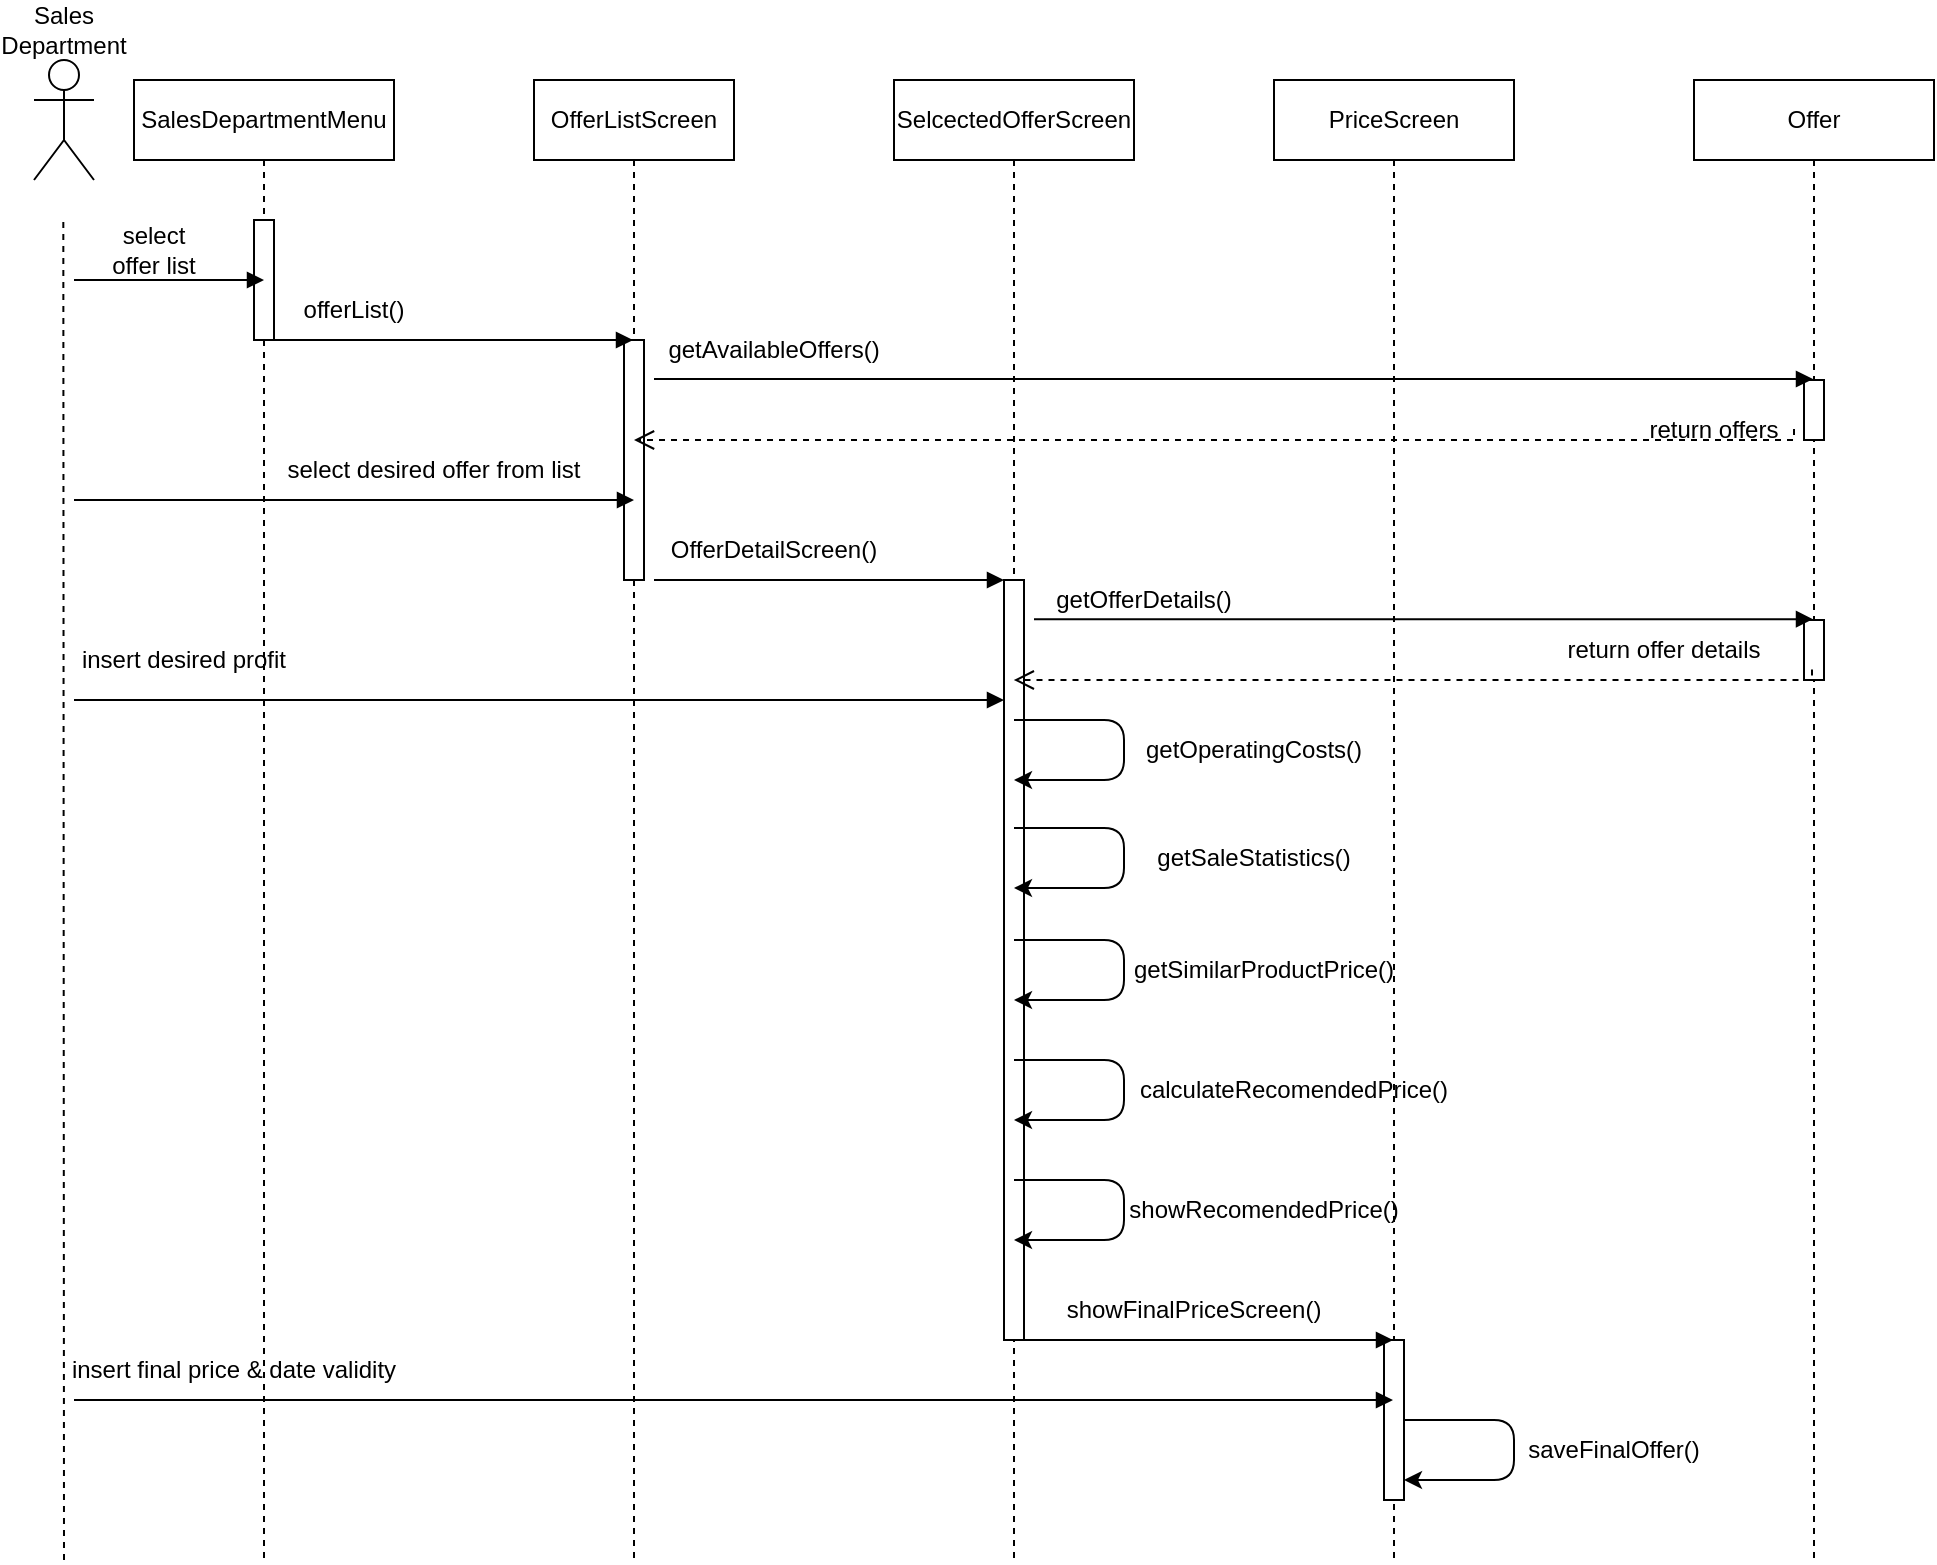
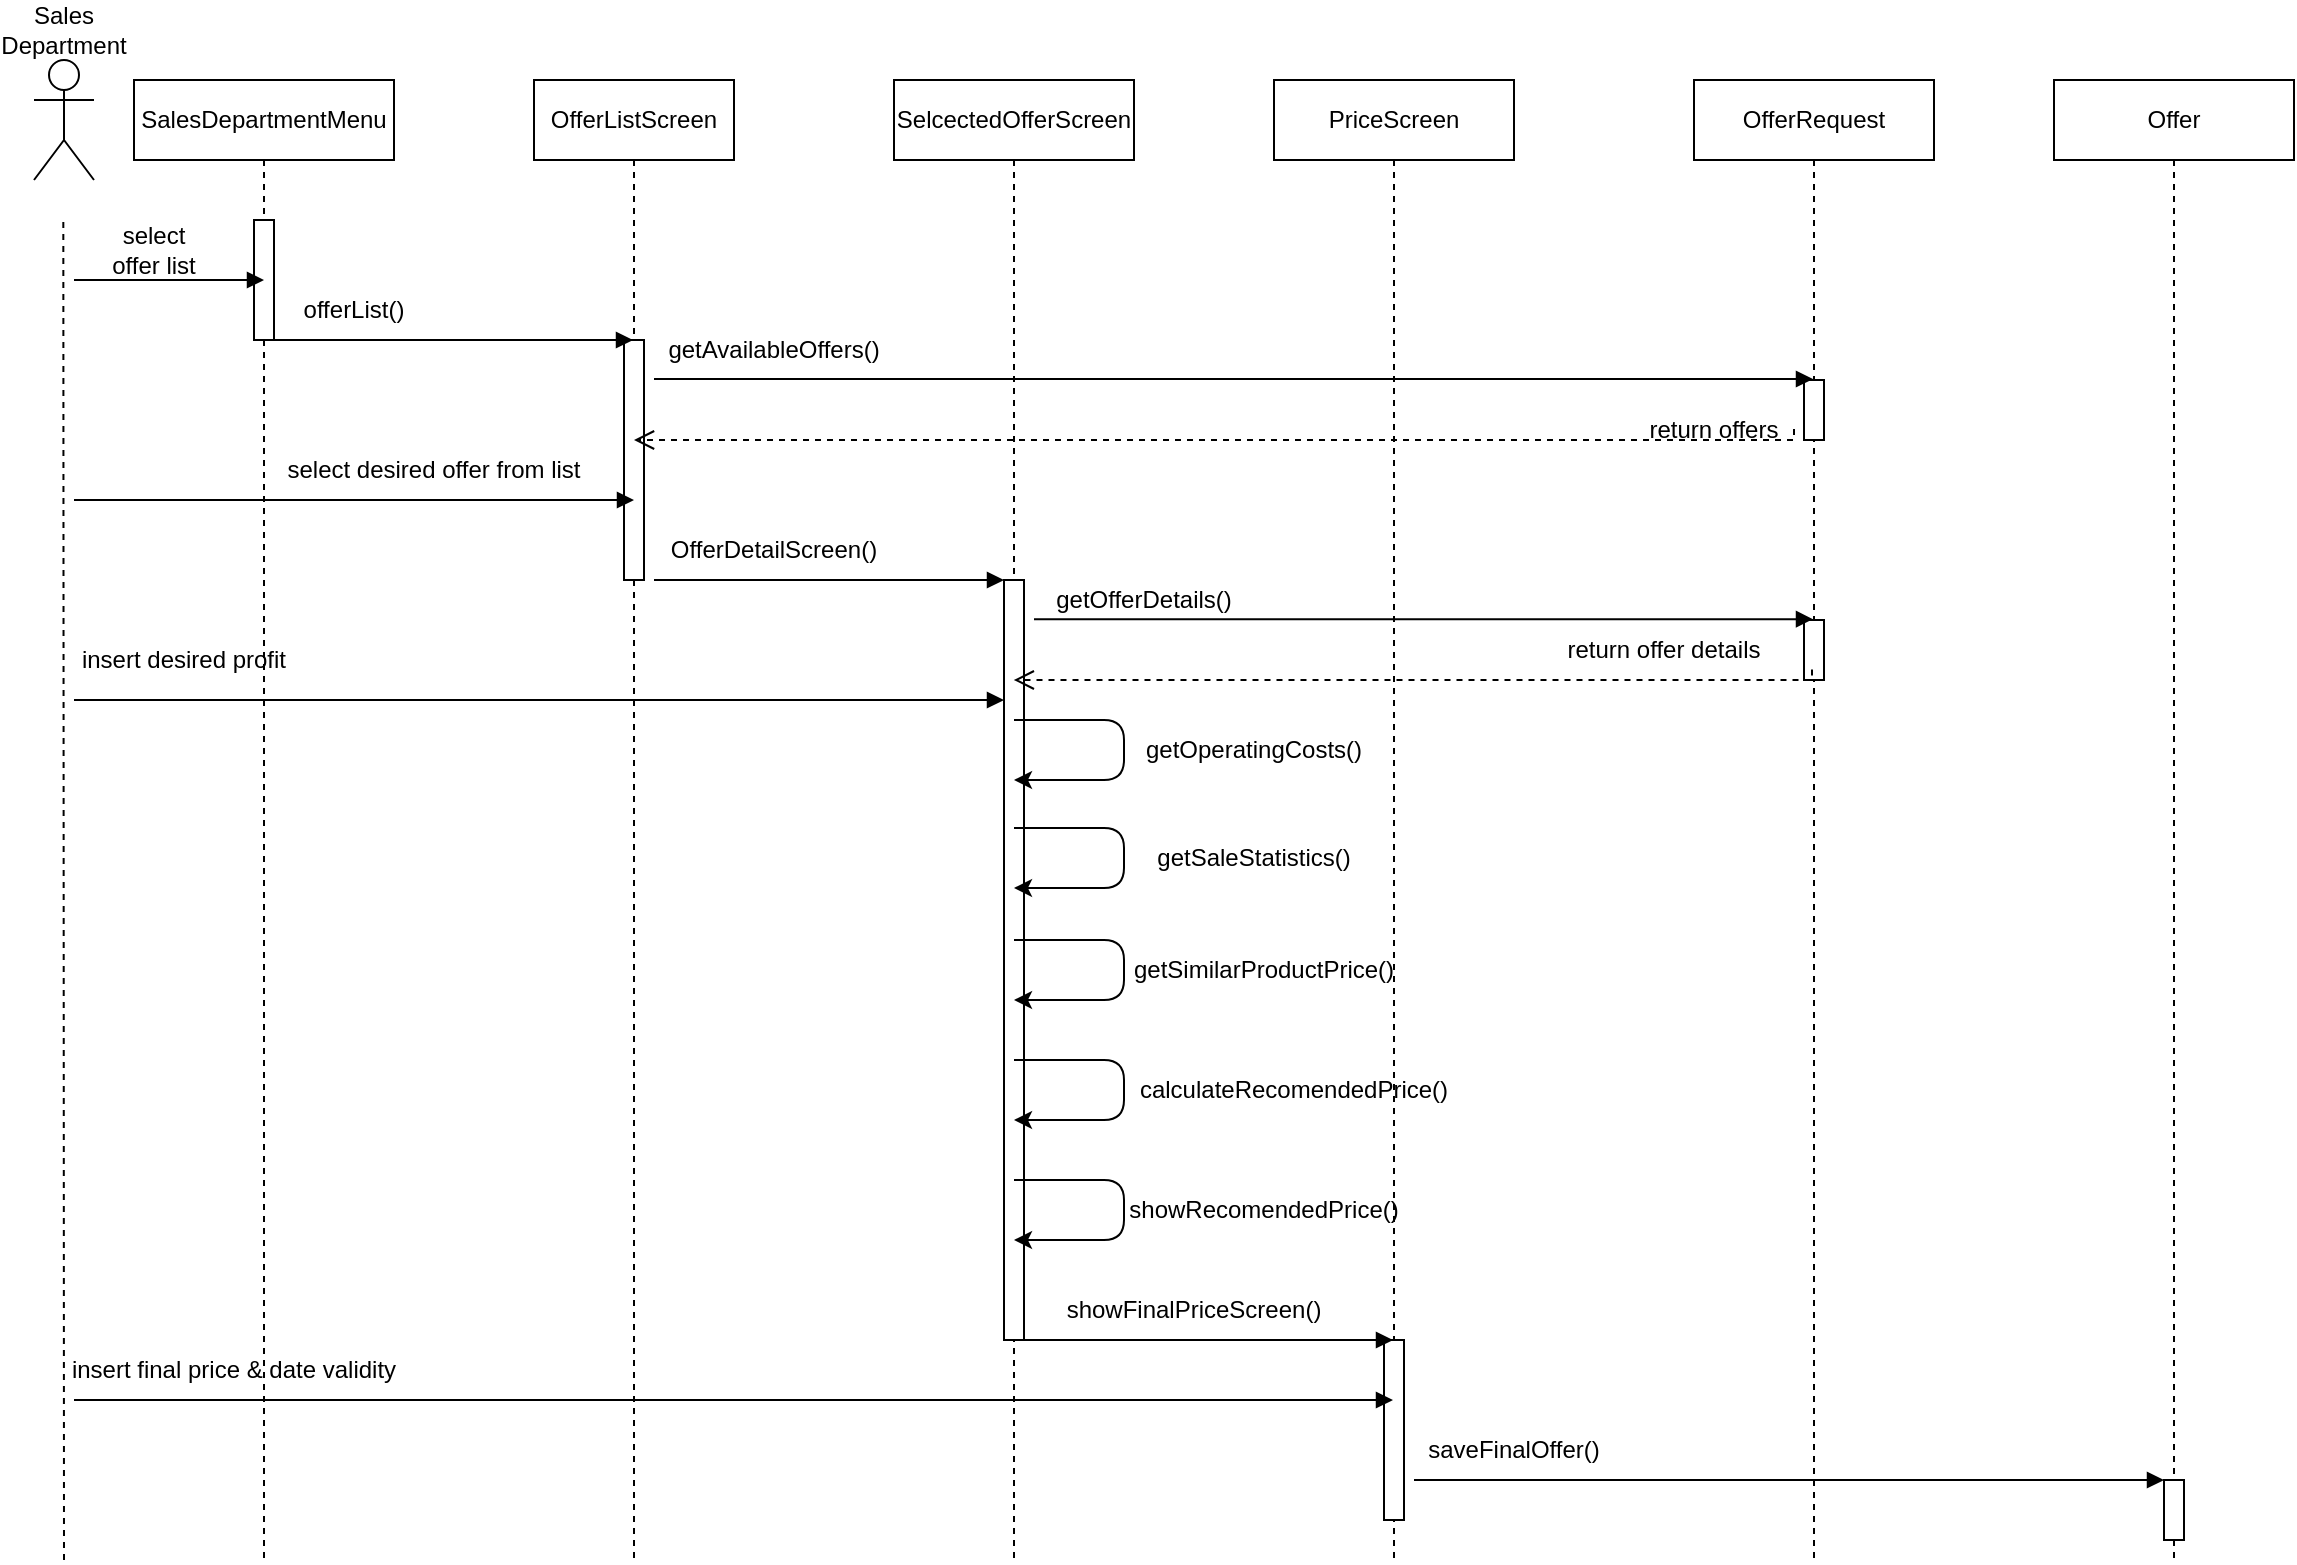
<mxfile host="Electron" agent="5.0 (Macintosh; Intel Mac OS X 10_15_7) AppleWebKit/537.36 (KHTML, like Gecko) Chrome/109.0.0.0 Safari/537.36">
  <diagram name="Page-1" id="2YBvvXClWsGukQMizWep">
    <mxGraphModel dx="1414" dy="883" grid="1" gridSize="10" guides="1" tooltips="1" connect="1" arrows="1" fold="1" page="1" pageScale="1" pageWidth="1169" pageHeight="827" math="0" shadow="0">
      <root>
        <mxCell id="0" />
        <mxCell id="1" parent="0" />
        <mxCell id="aM9ryv3xv72pqoxQDRHE-1" parent="1" style="shape=umlLifeline;perimeter=lifelinePerimeter;whiteSpace=wrap;html=1;container=0;dropTarget=0;collapsible=0;recursiveResize=0;outlineConnect=0;portConstraint=eastwest;newEdgeStyle={&quot;edgeStyle&quot;:&quot;elbowEdgeStyle&quot;,&quot;elbow&quot;:&quot;vertical&quot;,&quot;curved&quot;:0,&quot;rounded&quot;:0};" value="SalesDepartmentMenu" vertex="1">
          <mxGeometry height="740" width="130" x="80" y="40" as="geometry" />
        </mxCell>
        <mxCell id="aM9ryv3xv72pqoxQDRHE-2" parent="aM9ryv3xv72pqoxQDRHE-1" style="html=1;points=[];perimeter=orthogonalPerimeter;outlineConnect=0;targetShapes=umlLifeline;portConstraint=eastwest;newEdgeStyle={&quot;edgeStyle&quot;:&quot;elbowEdgeStyle&quot;,&quot;elbow&quot;:&quot;vertical&quot;,&quot;curved&quot;:0,&quot;rounded&quot;:0};" value="" vertex="1">
          <mxGeometry height="60" width="10" x="60" y="70" as="geometry" />
        </mxCell>
        <mxCell id="aM9ryv3xv72pqoxQDRHE-5" parent="1" style="shape=umlLifeline;perimeter=lifelinePerimeter;whiteSpace=wrap;html=1;container=0;dropTarget=0;collapsible=0;recursiveResize=0;outlineConnect=0;portConstraint=eastwest;newEdgeStyle={&quot;edgeStyle&quot;:&quot;elbowEdgeStyle&quot;,&quot;elbow&quot;:&quot;vertical&quot;,&quot;curved&quot;:0,&quot;rounded&quot;:0};" value="OfferListScreen" vertex="1">
          <mxGeometry height="740" width="100" x="280" y="40" as="geometry" />
        </mxCell>
        <mxCell id="aM9ryv3xv72pqoxQDRHE-6" parent="aM9ryv3xv72pqoxQDRHE-5" style="html=1;points=[];perimeter=orthogonalPerimeter;outlineConnect=0;targetShapes=umlLifeline;portConstraint=eastwest;newEdgeStyle={&quot;edgeStyle&quot;:&quot;elbowEdgeStyle&quot;,&quot;elbow&quot;:&quot;vertical&quot;,&quot;curved&quot;:0,&quot;rounded&quot;:0};" value="" vertex="1">
          <mxGeometry height="120" width="10" x="45" y="130" as="geometry" />
        </mxCell>
        <mxCell id="aM9ryv3xv72pqoxQDRHE-8" edge="1" parent="1" style="html=1;verticalAlign=bottom;endArrow=open;dashed=1;endSize=8;edgeStyle=elbowEdgeStyle;elbow=vertical;curved=0;rounded=0;" target="aM9ryv3xv72pqoxQDRHE-5" value="">
          <mxGeometry relative="1" as="geometry">
            <Array as="points">
              <mxPoint x="780" y="220" />
              <mxPoint x="1110" y="214.5" />
            </Array>
            <mxPoint x="910" y="214.49999999999977" as="sourcePoint" />
            <mxPoint x="740" y="214.49999999999977" as="targetPoint" />
          </mxGeometry>
        </mxCell>
        <mxCell id="XQ9o8wrTZQphETnOL21r-1" parent="1" style="shape=umlActor;verticalLabelPosition=bottom;verticalAlign=top;html=1;outlineConnect=0;" value="" vertex="1">
          <mxGeometry height="60" width="30" x="30" y="30" as="geometry" />
        </mxCell>
        <mxCell id="XQ9o8wrTZQphETnOL21r-6" parent="1" style="text;html=1;whiteSpace=wrap;strokeColor=none;fillColor=none;align=center;verticalAlign=middle;rounded=0;" value="Sales Department" vertex="1">
          <mxGeometry height="30" width="60" x="15" as="geometry" />
        </mxCell>
        <mxCell id="XQ9o8wrTZQphETnOL21r-8" edge="1" parent="1" style="endArrow=none;dashed=1;html=1;rounded=0;" value="">
          <mxGeometry height="50" relative="1" width="50" as="geometry">
            <mxPoint x="45" y="780" as="sourcePoint" />
            <mxPoint x="44.65999999999999" y="110" as="targetPoint" />
          </mxGeometry>
        </mxCell>
        <mxCell id="XQ9o8wrTZQphETnOL21r-12" parent="1" style="shape=umlLifeline;perimeter=lifelinePerimeter;whiteSpace=wrap;html=1;container=0;dropTarget=0;collapsible=0;recursiveResize=0;outlineConnect=0;portConstraint=eastwest;newEdgeStyle={&quot;edgeStyle&quot;:&quot;elbowEdgeStyle&quot;,&quot;elbow&quot;:&quot;vertical&quot;,&quot;curved&quot;:0,&quot;rounded&quot;:0};" value="SelcectedOfferScreen" vertex="1">
          <mxGeometry height="740" width="120" x="460" y="40" as="geometry" />
        </mxCell>
        <mxCell id="XQ9o8wrTZQphETnOL21r-13" parent="XQ9o8wrTZQphETnOL21r-12" style="html=1;points=[];perimeter=orthogonalPerimeter;outlineConnect=0;targetShapes=umlLifeline;portConstraint=eastwest;newEdgeStyle={&quot;edgeStyle&quot;:&quot;elbowEdgeStyle&quot;,&quot;elbow&quot;:&quot;vertical&quot;,&quot;curved&quot;:0,&quot;rounded&quot;:0};" value="" vertex="1">
          <mxGeometry height="380" width="10" x="55" y="250" as="geometry" />
        </mxCell>
        <mxCell id="XQ9o8wrTZQphETnOL21r-14" parent="1" style="shape=umlLifeline;perimeter=lifelinePerimeter;whiteSpace=wrap;html=1;container=0;dropTarget=0;collapsible=0;recursiveResize=0;outlineConnect=0;portConstraint=eastwest;newEdgeStyle={&quot;edgeStyle&quot;:&quot;elbowEdgeStyle&quot;,&quot;elbow&quot;:&quot;vertical&quot;,&quot;curved&quot;:0,&quot;rounded&quot;:0};" value="PriceScreen" vertex="1">
          <mxGeometry height="740" width="120" x="650" y="40" as="geometry" />
        </mxCell>
        <mxCell id="XQ9o8wrTZQphETnOL21r-15" parent="XQ9o8wrTZQphETnOL21r-14" style="html=1;points=[];perimeter=orthogonalPerimeter;outlineConnect=0;targetShapes=umlLifeline;portConstraint=eastwest;newEdgeStyle={&quot;edgeStyle&quot;:&quot;elbowEdgeStyle&quot;,&quot;elbow&quot;:&quot;vertical&quot;,&quot;curved&quot;:0,&quot;rounded&quot;:0};" value="" vertex="1">
-           <mxGeometry height="80" width="10" x="55" y="630" as="geometry" />
-         </mxCell>
-         <mxCell id="XQ9o8wrTZQphETnOL21r-16" parent="1" style="shape=umlLifeline;perimeter=lifelinePerimeter;whiteSpace=wrap;html=1;container=0;dropTarget=0;collapsible=0;recursiveResize=0;outlineConnect=0;portConstraint=eastwest;newEdgeStyle={&quot;edgeStyle&quot;:&quot;elbowEdgeStyle&quot;,&quot;elbow&quot;:&quot;vertical&quot;,&quot;curved&quot;:0,&quot;rounded&quot;:0};" value="Offer" vertex="1">
+           <mxGeometry height="90" width="10" x="55" y="630" as="geometry" />
+         </mxCell>
+         <mxCell id="XQ9o8wrTZQphETnOL21r-16" parent="1" style="shape=umlLifeline;perimeter=lifelinePerimeter;whiteSpace=wrap;html=1;container=0;dropTarget=0;collapsible=0;recursiveResize=0;outlineConnect=0;portConstraint=eastwest;newEdgeStyle={&quot;edgeStyle&quot;:&quot;elbowEdgeStyle&quot;,&quot;elbow&quot;:&quot;vertical&quot;,&quot;curved&quot;:0,&quot;rounded&quot;:0};" value="OfferRequest" vertex="1">
          <mxGeometry height="740" width="120" x="860" y="40" as="geometry" />
        </mxCell>
        <mxCell id="XQ9o8wrTZQphETnOL21r-17" parent="XQ9o8wrTZQphETnOL21r-16" style="html=1;points=[];perimeter=orthogonalPerimeter;outlineConnect=0;targetShapes=umlLifeline;portConstraint=eastwest;newEdgeStyle={&quot;edgeStyle&quot;:&quot;elbowEdgeStyle&quot;,&quot;elbow&quot;:&quot;vertical&quot;,&quot;curved&quot;:0,&quot;rounded&quot;:0};" value="" vertex="1">
          <mxGeometry height="30" width="10" x="55" y="150" as="geometry" />
        </mxCell>
        <mxCell id="XQ9o8wrTZQphETnOL21r-56" parent="XQ9o8wrTZQphETnOL21r-16" style="html=1;points=[];perimeter=orthogonalPerimeter;outlineConnect=0;targetShapes=umlLifeline;portConstraint=eastwest;newEdgeStyle={&quot;edgeStyle&quot;:&quot;elbowEdgeStyle&quot;,&quot;elbow&quot;:&quot;vertical&quot;,&quot;curved&quot;:0,&quot;rounded&quot;:0};" value="" vertex="1">
          <mxGeometry height="30" width="10" x="55" y="270" as="geometry" />
        </mxCell>
        <mxCell id="XQ9o8wrTZQphETnOL21r-19" edge="1" parent="1" style="html=1;verticalAlign=bottom;endArrow=block;edgeStyle=elbowEdgeStyle;elbow=vertical;curved=0;rounded=0;" target="aM9ryv3xv72pqoxQDRHE-5" value="">
          <mxGeometry relative="1" as="geometry">
            <Array as="points">
              <mxPoint x="150" y="170" />
            </Array>
            <mxPoint x="155" y="170" as="sourcePoint" />
            <mxPoint x="235" y="170" as="targetPoint" />
          </mxGeometry>
        </mxCell>
        <mxCell id="XQ9o8wrTZQphETnOL21r-20" parent="1" style="text;html=1;whiteSpace=wrap;strokeColor=none;fillColor=none;align=center;verticalAlign=middle;rounded=0;" value="offerList()" vertex="1">
          <mxGeometry height="30" width="60" x="160" y="140" as="geometry" />
        </mxCell>
        <mxCell id="XQ9o8wrTZQphETnOL21r-21" edge="1" parent="1" style="html=1;verticalAlign=bottom;endArrow=block;edgeStyle=elbowEdgeStyle;elbow=vertical;curved=0;rounded=0;" value="">
          <mxGeometry relative="1" as="geometry">
            <Array as="points">
              <mxPoint x="50" y="250" />
            </Array>
            <mxPoint x="155" y="250" as="sourcePoint" />
            <mxPoint x="330" y="250" as="targetPoint" />
          </mxGeometry>
        </mxCell>
        <mxCell id="XQ9o8wrTZQphETnOL21r-22" parent="1" style="text;html=1;whiteSpace=wrap;strokeColor=none;fillColor=none;align=center;verticalAlign=middle;rounded=0;" value="select desired offer from list" vertex="1">
          <mxGeometry height="30" width="160" x="150" y="220" as="geometry" />
        </mxCell>
        <mxCell id="XQ9o8wrTZQphETnOL21r-23" edge="1" parent="1" style="html=1;verticalAlign=bottom;endArrow=block;edgeStyle=elbowEdgeStyle;elbow=vertical;curved=0;rounded=0;" target="XQ9o8wrTZQphETnOL21r-13" value="">
          <mxGeometry relative="1" as="geometry">
            <Array as="points">
              <mxPoint x="340" y="290" />
            </Array>
            <mxPoint x="445" y="290" as="sourcePoint" />
            <mxPoint x="510" y="290" as="targetPoint" />
          </mxGeometry>
        </mxCell>
        <mxCell id="XQ9o8wrTZQphETnOL21r-24" parent="1" style="text;html=1;whiteSpace=wrap;strokeColor=none;fillColor=none;align=center;verticalAlign=middle;rounded=0;" value="OfferDetailScreen()" vertex="1">
          <mxGeometry height="30" width="60" x="370" y="260" as="geometry" />
        </mxCell>
        <mxCell id="XQ9o8wrTZQphETnOL21r-26" edge="1" parent="1" style="html=1;verticalAlign=bottom;endArrow=block;edgeStyle=elbowEdgeStyle;elbow=vertical;curved=0;rounded=0;" value="">
          <mxGeometry relative="1" as="geometry">
            <Array as="points">
              <mxPoint x="530" y="309.58" />
            </Array>
            <mxPoint x="635" y="309.58" as="sourcePoint" />
            <mxPoint x="919.5" y="309.58" as="targetPoint" />
          </mxGeometry>
        </mxCell>
        <mxCell id="XQ9o8wrTZQphETnOL21r-27" edge="1" parent="1" style="html=1;verticalAlign=bottom;endArrow=block;edgeStyle=elbowEdgeStyle;elbow=vertical;curved=0;rounded=0;" target="XQ9o8wrTZQphETnOL21r-16" value="">
          <mxGeometry relative="1" as="geometry">
            <Array as="points">
              <mxPoint x="340" y="189.5" />
            </Array>
            <mxPoint x="445" y="189.5" as="sourcePoint" />
            <mxPoint x="515" y="189.5" as="targetPoint" />
          </mxGeometry>
        </mxCell>
        <mxCell id="XQ9o8wrTZQphETnOL21r-28" parent="1" style="text;html=1;whiteSpace=wrap;strokeColor=none;fillColor=none;align=center;verticalAlign=middle;rounded=0;" value="getAvailableOffers()" vertex="1">
          <mxGeometry height="30" width="60" x="370" y="160" as="geometry" />
        </mxCell>
        <mxCell id="XQ9o8wrTZQphETnOL21r-29" parent="1" style="text;html=1;whiteSpace=wrap;strokeColor=none;fillColor=none;align=center;verticalAlign=middle;rounded=0;" value="return offers" vertex="1">
          <mxGeometry height="30" width="80" x="830" y="200" as="geometry" />
        </mxCell>
        <mxCell id="XQ9o8wrTZQphETnOL21r-30" parent="1" style="text;html=1;whiteSpace=wrap;strokeColor=none;fillColor=none;align=center;verticalAlign=middle;rounded=0;" value="getOfferDetails()" vertex="1">
          <mxGeometry height="30" width="60" x="555" y="285" as="geometry" />
        </mxCell>
        <mxCell id="XQ9o8wrTZQphETnOL21r-31" edge="1" parent="1" style="html=1;verticalAlign=bottom;endArrow=open;dashed=1;endSize=8;edgeStyle=elbowEdgeStyle;elbow=vertical;curved=0;rounded=0;" value="">
          <mxGeometry relative="1" as="geometry">
            <Array as="points">
              <mxPoint x="910" y="340" />
              <mxPoint x="1119" y="334.7500000000002" />
            </Array>
            <mxPoint x="919" y="334.75" as="sourcePoint" />
            <mxPoint x="519.8939393939393" y="340" as="targetPoint" />
          </mxGeometry>
        </mxCell>
        <mxCell id="XQ9o8wrTZQphETnOL21r-32" parent="1" style="text;html=1;whiteSpace=wrap;strokeColor=none;fillColor=none;align=center;verticalAlign=middle;rounded=0;" value="return offer details" vertex="1">
          <mxGeometry height="30" width="110" x="790" y="310" as="geometry" />
        </mxCell>
        <mxCell id="XQ9o8wrTZQphETnOL21r-34" edge="1" parent="1" source="XQ9o8wrTZQphETnOL21r-12" style="curved=0;endArrow=classic;html=1;rounded=1;" target="XQ9o8wrTZQphETnOL21r-12" value="">
          <mxGeometry height="50" relative="1" width="50" as="geometry">
            <Array as="points">
              <mxPoint x="575" y="360" />
              <mxPoint x="575" y="390" />
            </Array>
            <mxPoint x="550" y="360" as="sourcePoint" />
            <mxPoint x="550" y="390" as="targetPoint" />
          </mxGeometry>
        </mxCell>
        <mxCell id="XQ9o8wrTZQphETnOL21r-35" parent="1" style="text;html=1;whiteSpace=wrap;strokeColor=none;fillColor=none;align=center;verticalAlign=middle;rounded=0;" value="getOperatingCosts()" vertex="1">
          <mxGeometry height="30" width="60" x="610" y="360" as="geometry" />
        </mxCell>
        <mxCell id="XQ9o8wrTZQphETnOL21r-36" edge="1" parent="1" style="curved=0;endArrow=classic;html=1;rounded=1;" value="">
          <mxGeometry height="50" relative="1" width="50" as="geometry">
            <Array as="points">
              <mxPoint x="575" y="414" />
              <mxPoint x="575" y="444" />
            </Array>
            <mxPoint x="520" y="414" as="sourcePoint" />
            <mxPoint x="520" y="444" as="targetPoint" />
          </mxGeometry>
        </mxCell>
        <mxCell id="XQ9o8wrTZQphETnOL21r-39" edge="1" parent="1" style="curved=0;endArrow=classic;html=1;rounded=1;" value="">
          <mxGeometry height="50" relative="1" width="50" as="geometry">
            <Array as="points">
              <mxPoint x="575" y="470" />
              <mxPoint x="575" y="500" />
            </Array>
            <mxPoint x="520" y="470" as="sourcePoint" />
            <mxPoint x="520" y="500" as="targetPoint" />
          </mxGeometry>
        </mxCell>
        <mxCell id="XQ9o8wrTZQphETnOL21r-40" edge="1" parent="1" style="curved=0;endArrow=classic;html=1;rounded=1;" value="">
          <mxGeometry height="50" relative="1" width="50" as="geometry">
            <Array as="points">
              <mxPoint x="575" y="530" />
              <mxPoint x="575" y="560" />
            </Array>
            <mxPoint x="520" y="530" as="sourcePoint" />
            <mxPoint x="520" y="560" as="targetPoint" />
          </mxGeometry>
        </mxCell>
        <mxCell id="XQ9o8wrTZQphETnOL21r-41" parent="1" style="text;html=1;whiteSpace=wrap;strokeColor=none;fillColor=none;align=center;verticalAlign=middle;rounded=0;" value="getSaleStatistics()" vertex="1">
          <mxGeometry height="30" width="60" x="610" y="414" as="geometry" />
        </mxCell>
        <mxCell id="XQ9o8wrTZQphETnOL21r-43" parent="1" style="text;html=1;whiteSpace=wrap;strokeColor=none;fillColor=none;align=center;verticalAlign=middle;rounded=0;" value="getSimilarProductPrice()" vertex="1">
          <mxGeometry height="30" width="60" x="615" y="470" as="geometry" />
        </mxCell>
        <mxCell id="XQ9o8wrTZQphETnOL21r-44" parent="1" style="text;html=1;whiteSpace=wrap;strokeColor=none;fillColor=none;align=center;verticalAlign=middle;rounded=0;" value="calculateRecomendedPrice()" vertex="1">
          <mxGeometry height="30" width="60" x="630" y="530" as="geometry" />
        </mxCell>
        <mxCell id="XQ9o8wrTZQphETnOL21r-45" edge="1" parent="1" style="curved=0;endArrow=classic;html=1;rounded=1;" value="">
          <mxGeometry height="50" relative="1" width="50" as="geometry">
            <Array as="points">
              <mxPoint x="575" y="590" />
              <mxPoint x="575" y="620" />
            </Array>
            <mxPoint x="520" y="590" as="sourcePoint" />
            <mxPoint x="520" y="620" as="targetPoint" />
          </mxGeometry>
        </mxCell>
        <mxCell id="XQ9o8wrTZQphETnOL21r-46" parent="1" style="text;html=1;whiteSpace=wrap;strokeColor=none;fillColor=none;align=center;verticalAlign=middle;rounded=0;" value="showRecomendedPrice()" vertex="1">
          <mxGeometry height="30" width="60" x="615" y="590" as="geometry" />
        </mxCell>
        <mxCell id="XQ9o8wrTZQphETnOL21r-47" edge="1" parent="1" style="html=1;verticalAlign=bottom;endArrow=block;edgeStyle=elbowEdgeStyle;elbow=vertical;curved=0;rounded=0;" value="">
          <mxGeometry relative="1" as="geometry">
            <Array as="points">
              <mxPoint x="520" y="670" />
            </Array>
            <mxPoint x="625" y="670" as="sourcePoint" />
            <mxPoint x="709.5" y="670" as="targetPoint" />
          </mxGeometry>
        </mxCell>
        <mxCell id="XQ9o8wrTZQphETnOL21r-48" parent="1" style="text;html=1;whiteSpace=wrap;strokeColor=none;fillColor=none;align=center;verticalAlign=middle;rounded=0;" value="showFinalPriceScreen()" vertex="1">
          <mxGeometry height="30" width="60" x="580" y="640" as="geometry" />
        </mxCell>
        <mxCell id="XQ9o8wrTZQphETnOL21r-49" edge="1" parent="1" style="html=1;verticalAlign=bottom;endArrow=block;edgeStyle=elbowEdgeStyle;elbow=vertical;curved=0;rounded=0;" value="">
          <mxGeometry relative="1" as="geometry">
            <Array as="points">
              <mxPoint x="50" y="700" />
            </Array>
            <mxPoint x="305" y="700" as="sourcePoint" />
            <mxPoint x="709.5" y="700" as="targetPoint" />
          </mxGeometry>
        </mxCell>
        <mxCell id="XQ9o8wrTZQphETnOL21r-50" parent="1" style="text;html=1;whiteSpace=wrap;strokeColor=none;fillColor=none;align=center;verticalAlign=middle;rounded=0;" value="insert desired profit" vertex="1">
          <mxGeometry height="30" width="110" x="50" y="315" as="geometry" />
        </mxCell>
        <mxCell id="XQ9o8wrTZQphETnOL21r-52" edge="1" parent="1" style="html=1;verticalAlign=bottom;endArrow=block;edgeStyle=elbowEdgeStyle;elbow=vertical;curved=0;rounded=0;" target="XQ9o8wrTZQphETnOL21r-13" value="">
          <mxGeometry relative="1" as="geometry">
            <Array as="points">
              <mxPoint x="50" y="350" />
            </Array>
            <mxPoint x="105" y="350" as="sourcePoint" />
            <mxPoint x="509.5" y="350" as="targetPoint" />
          </mxGeometry>
        </mxCell>
        <mxCell id="XQ9o8wrTZQphETnOL21r-53" parent="1" style="text;html=1;whiteSpace=wrap;strokeColor=none;fillColor=none;align=center;verticalAlign=middle;rounded=0;" value="insert final price &amp;amp; date validity" vertex="1">
          <mxGeometry height="30" width="180" x="40" y="670" as="geometry" />
        </mxCell>
-         <mxCell id="XQ9o8wrTZQphETnOL21r-54" edge="1" parent="1" style="curved=0;endArrow=classic;html=1;rounded=1;" value="">
-           <mxGeometry height="50" relative="1" width="50" as="geometry">
-             <Array as="points">
-               <mxPoint x="770" y="710" />
-               <mxPoint x="770" y="740" />
-             </Array>
-             <mxPoint x="715" y="710" as="sourcePoint" />
-             <mxPoint x="715" y="740" as="targetPoint" />
-           </mxGeometry>
-         </mxCell>
        <mxCell id="XQ9o8wrTZQphETnOL21r-55" parent="1" style="text;html=1;whiteSpace=wrap;strokeColor=none;fillColor=none;align=center;verticalAlign=middle;rounded=0;" value="saveFinalOffer()" vertex="1">
-           <mxGeometry height="30" width="60" x="790" y="710" as="geometry" />
+           <mxGeometry height="30" width="60" x="740" y="710" as="geometry" />
        </mxCell>
        <mxCell id="8XP6KFQ-Wx-nmDxKvKt8-1" edge="1" parent="1" style="html=1;verticalAlign=bottom;endArrow=block;edgeStyle=elbowEdgeStyle;elbow=vertical;curved=0;rounded=0;" value="">
          <mxGeometry relative="1" as="geometry">
            <Array as="points">
              <mxPoint x="50" y="140" />
            </Array>
            <mxPoint x="55" y="140" as="sourcePoint" />
            <mxPoint x="145" y="140" as="targetPoint" />
          </mxGeometry>
        </mxCell>
        <mxCell id="8XP6KFQ-Wx-nmDxKvKt8-2" parent="1" style="text;html=1;whiteSpace=wrap;strokeColor=none;fillColor=none;align=center;verticalAlign=middle;rounded=0;" value="select offer list" vertex="1">
          <mxGeometry height="30" width="60" x="60" y="110" as="geometry" />
+         </mxCell>
+         <mxCell id="xkYujF7fpzKv_vVA-DVZ-1" parent="1" style="shape=umlLifeline;perimeter=lifelinePerimeter;whiteSpace=wrap;html=1;container=0;dropTarget=0;collapsible=0;recursiveResize=0;outlineConnect=0;portConstraint=eastwest;newEdgeStyle={&quot;edgeStyle&quot;:&quot;elbowEdgeStyle&quot;,&quot;elbow&quot;:&quot;vertical&quot;,&quot;curved&quot;:0,&quot;rounded&quot;:0};" value="Offer" vertex="1">
+           <mxGeometry height="740" width="120" x="1040" y="40" as="geometry" />
+         </mxCell>
+         <mxCell id="xkYujF7fpzKv_vVA-DVZ-5" parent="xkYujF7fpzKv_vVA-DVZ-1" style="html=1;points=[];perimeter=orthogonalPerimeter;outlineConnect=0;targetShapes=umlLifeline;portConstraint=eastwest;newEdgeStyle={&quot;edgeStyle&quot;:&quot;elbowEdgeStyle&quot;,&quot;elbow&quot;:&quot;vertical&quot;,&quot;curved&quot;:0,&quot;rounded&quot;:0};" value="" vertex="1">
+           <mxGeometry height="30" width="10" x="55" y="700" as="geometry" />
+         </mxCell>
+         <mxCell id="xkYujF7fpzKv_vVA-DVZ-4" edge="1" parent="1" style="html=1;verticalAlign=bottom;endArrow=block;edgeStyle=elbowEdgeStyle;elbow=vertical;curved=0;rounded=0;" target="xkYujF7fpzKv_vVA-DVZ-5" value="">
+           <mxGeometry relative="1" as="geometry">
+             <Array as="points" />
+             <mxPoint x="720" y="740" as="sourcePoint" />
+             <mxPoint x="1080" y="740" as="targetPoint" />
+           </mxGeometry>
        </mxCell>
      </root>
    </mxGraphModel>
  </diagram>
</mxfile>
